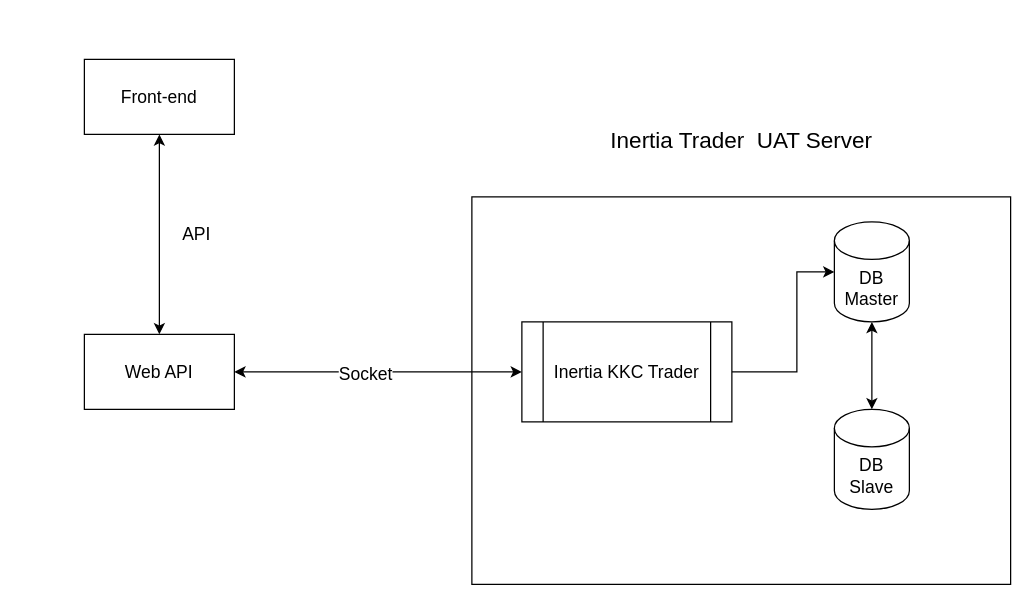
The draw.io diagram UML.drawio in yeejiac/InertiaTrader, before the edit. Source tidied: cells renumbered, new cells numbered last; positions are measured from the earlier drawing's top-left corner, leaving out a move shared by most shapes. Both pictures are drawn from the tidied source at 125%, with x=0, y=0 at pixel (84, 59).
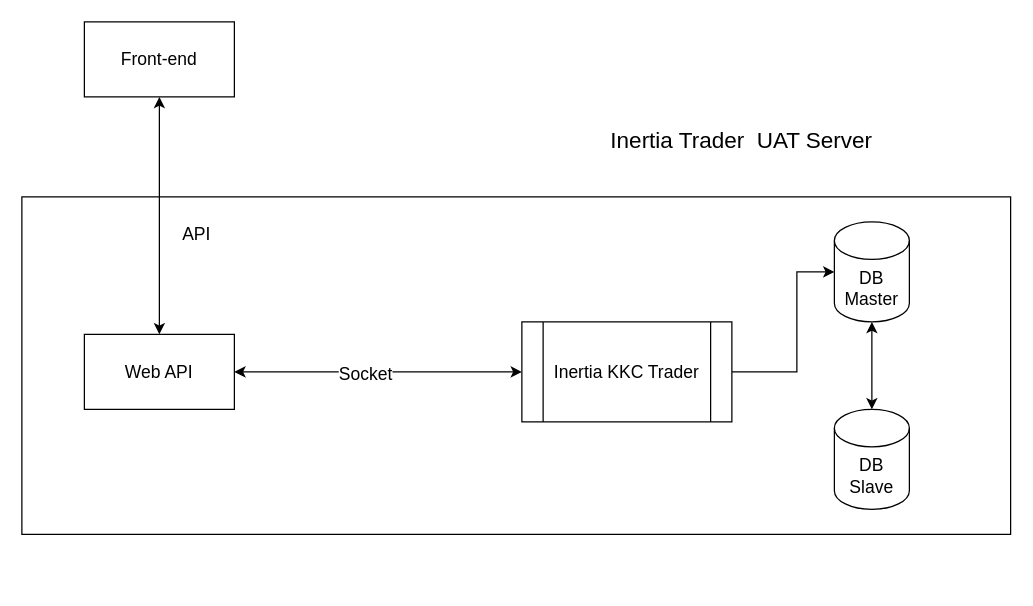
After the change.

Change to the diagram source:
```diff
@@
 <mxGraphModel>
   <root>
     <mxCell id="0" />
     <mxCell id="1" parent="0" />
     <mxCell id="2" style="rounded=0;whiteSpace=wrap;html=1;" parent="1" vertex="1">
-      <mxGeometry x="310" y="110" width="431" height="310" as="geometry" />
+      <mxGeometry x="-50" y="110" width="791" height="270" as="geometry" />
     </mxCell>
     <mxCell id="3" value="&lt;font style=&quot;font-size: 18px&quot;&gt;Inertia Trader&amp;nbsp; UAT Server&lt;/font&gt;" style="text;html=1;strokeColor=none;fillColor=none;align=center;verticalAlign=middle;whiteSpace=wrap;rounded=0;" parent="1" vertex="1">
       <mxGeometry x="394.5" y="40" width="262" height="50" as="geometry" />
     </mxCell>
     <mxCell id="4" value="&lt;font style=&quot;font-size: 14px&quot;&gt;Web API&lt;/font&gt;" style="rounded=0;whiteSpace=wrap;html=1;" parent="1" vertex="1">
       <mxGeometry y="220" width="120" height="60" as="geometry" />
     </mxCell>
     <mxCell id="5" value="&lt;font style=&quot;font-size: 14px&quot;&gt;DB &lt;br&gt;Master&lt;/font&gt;" style="shape=cylinder3;whiteSpace=wrap;html=1;boundedLbl=1;backgroundOutline=1;size=15;" parent="1" vertex="1">
       <mxGeometry x="600" y="130" width="60" height="80" as="geometry" />
     </mxCell>
     <mxCell id="6" value="&lt;font style=&quot;font-size: 14px&quot;&gt;DB&lt;br&gt;Slave&lt;/font&gt;" style="shape=cylinder3;whiteSpace=wrap;html=1;boundedLbl=1;backgroundOutline=1;size=15;" parent="1" vertex="1">
       <mxGeometry x="600" y="280" width="60" height="80" as="geometry" />
     </mxCell>
     <mxCell id="7" style="edgeStyle=orthogonalEdgeStyle;rounded=0;jettySize=auto;html=1;entryX=0;entryY=0.5;entryDx=0;entryDy=0;entryPerimeter=0;" parent="1" edge="1" source="8" target="5">
       <mxGeometry relative="1" as="geometry">
         <Array as="points">
           <mxPoint x="570" y="250" />
           <mxPoint x="570" y="170" />
         </Array>
       </mxGeometry>
     </mxCell>
     <mxCell id="8" value="&lt;font style=&quot;font-size: 14px&quot;&gt;Inertia KKC Trader&lt;/font&gt;" style="shape=process;whiteSpace=wrap;html=1;backgroundOutline=1;" parent="1" vertex="1">
       <mxGeometry x="350" y="210" width="168" height="80" as="geometry" />
     </mxCell>
     <mxCell id="9" style="endArrow=classic;startArrow=classic;html=1;exitX=0.5;exitY=0;exitDx=0;exitDy=0;exitPerimeter=0;" parent="1" edge="1" source="6" target="5">
       <mxGeometry relative="1" as="geometry" />
     </mxCell>
     <mxCell id="10" style="endArrow=classic;startArrow=classic;html=1;exitX=1;exitY=0.5;exitDx=0;exitDy=0;entryX=0;entryY=0.5;entryDx=0;entryDy=0;" parent="1" edge="1" source="4" target="8">
       <mxGeometry relative="1" as="geometry" />
     </mxCell>
     <mxCell id="11" value="&lt;font style=&quot;font-size: 14px&quot;&gt;Socket&lt;/font&gt;" style="edgeLabel;html=1;align=center;verticalAlign=middle;" parent="10" vertex="1">
       <mxGeometry x="-0.1" y="-1" relative="1" as="geometry" />
     </mxCell>
     <mxCell id="12" value="&lt;font style=&quot;font-size: 14px&quot;&gt;Front-end&lt;/font&gt;" style="rounded=0;whiteSpace=wrap;html=1;" parent="1" vertex="1">
-      <mxGeometry width="120" height="60" as="geometry" />
+      <mxGeometry y="-30" width="120" height="60" as="geometry" />
     </mxCell>
     <mxCell id="13" style="endArrow=classic;startArrow=classic;html=1;exitX=0.5;exitY=0;exitDx=0;exitDy=0;entryX=0.5;entryY=1;entryDx=0;entryDy=0;" parent="1" edge="1" source="4" target="12">
       <mxGeometry relative="1" as="geometry" />
     </mxCell>
     <mxCell id="14" value="&lt;font style=&quot;font-size: 14px&quot;&gt;API&lt;/font&gt;" style="text;html=1;strokeColor=none;fillColor=none;align=center;verticalAlign=middle;whiteSpace=wrap;rounded=0;" parent="1" vertex="1">
       <mxGeometry x="70" y="130" width="40" height="20" as="geometry" />
     </mxCell>
+    <mxCell id="15" style="edgeStyle=orthogonalEdgeStyle;rounded=0;orthogonalLoop=1;jettySize=auto;html=1;exitX=0.5;exitY=1;exitDx=0;exitDy=0;" parent="1" edge="1" source="2" target="2">
+      <mxGeometry relative="1" as="geometry" />
+    </mxCell>
   </root>
 </mxGraphModel>
```
